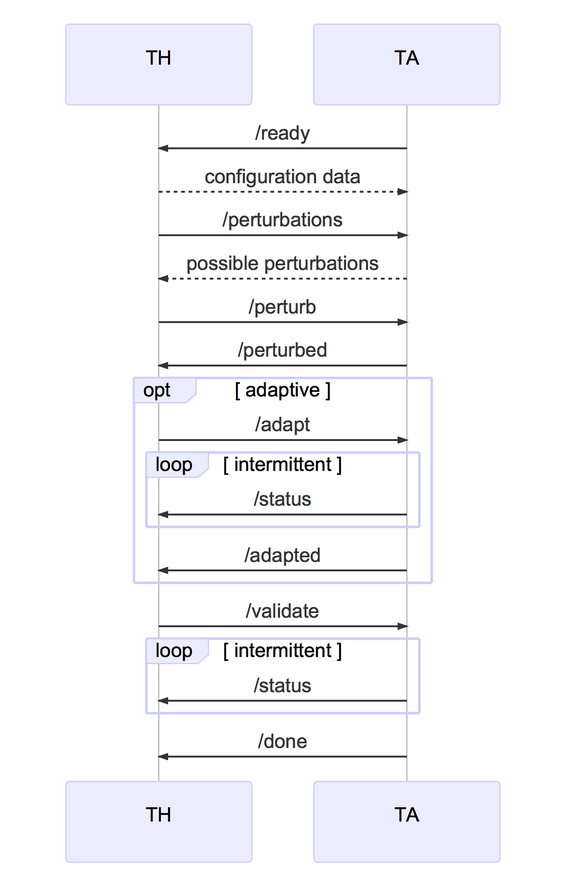
The Mermaid diagram documents/sequences/cp2.mmd.png in cmu-mars/cmu-robotics, before a commit. Its source is kept beside it as documents/sequences/cp2.mmd.
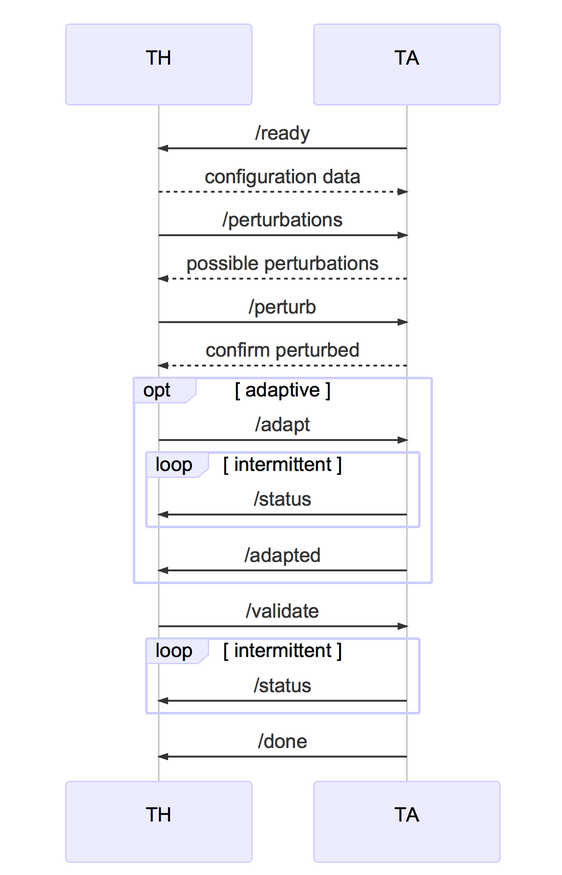
Later version of the same file.

Commit message:
removing /perturbed end point on the CP2 TH, since its redundant with the response from /perturb on the CP2 TA

Diff of the diagram source:
```diff
@@ -8,8 +8,7 @@
 	TH ->> TA: /perturbations
 	TA -->> TH: possible perturbations
 	TH ->> TA: /perturb
-	## TA -->> TH: confirm application
-	TA ->> TH: /perturbed  ## todo: this might be redundant
+	TA -->> TH: confirm perturbed
 
 	opt adaptive
 	     TH ->> TA: /adapt
```
